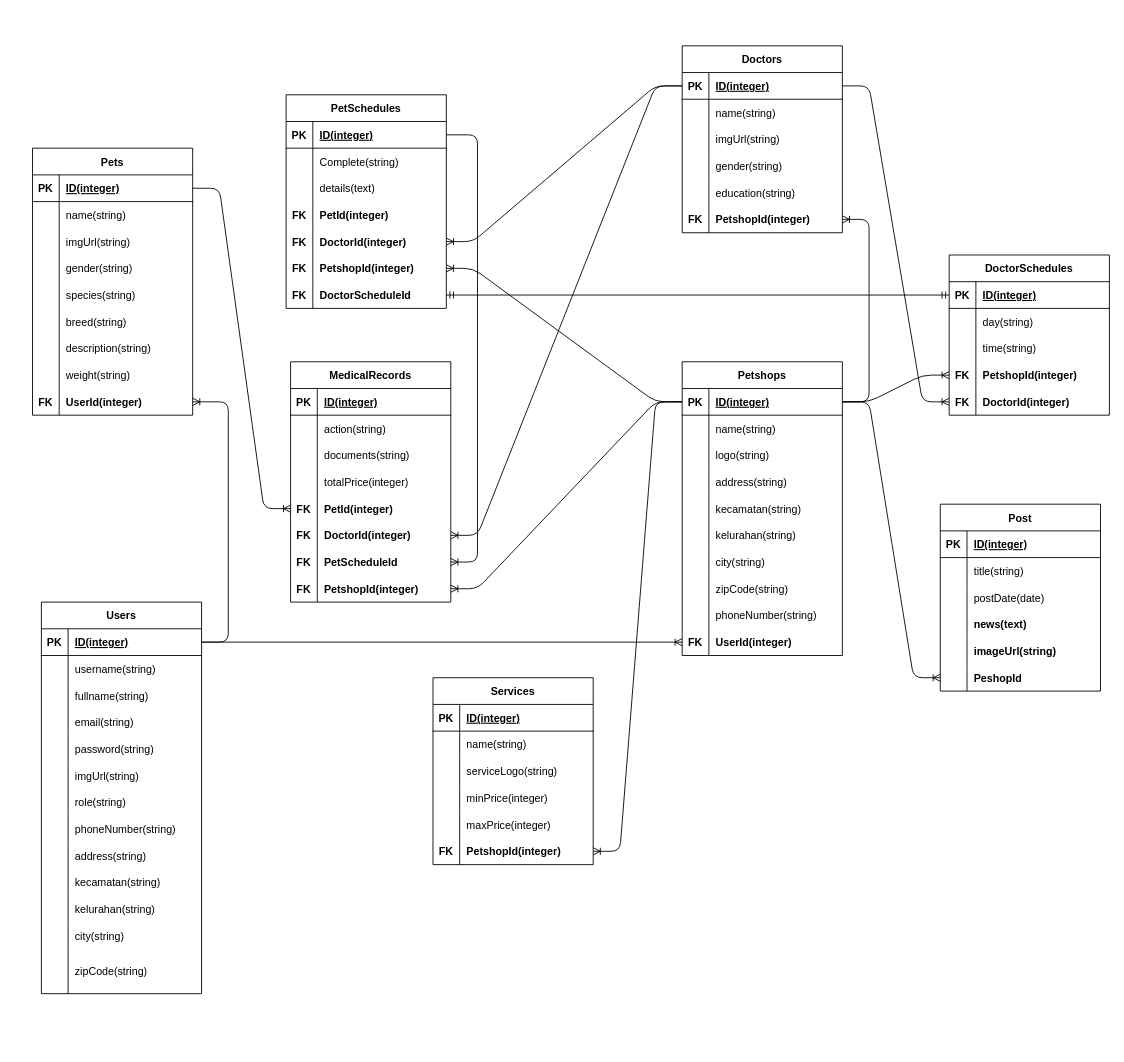
Before: petPlus.drawio in Pet-Plus-Hackiv8/fsjs-t1-final-server, a draw.io diagram. Source tidied: cells renumbered, new cells numbered last; positions are measured from the earlier drawing's top-left corner, leaving out a move shared by most shapes. Both pictures are drawn from the tidied source at 89%, with x=0, y=0 at pixel (32, 45).
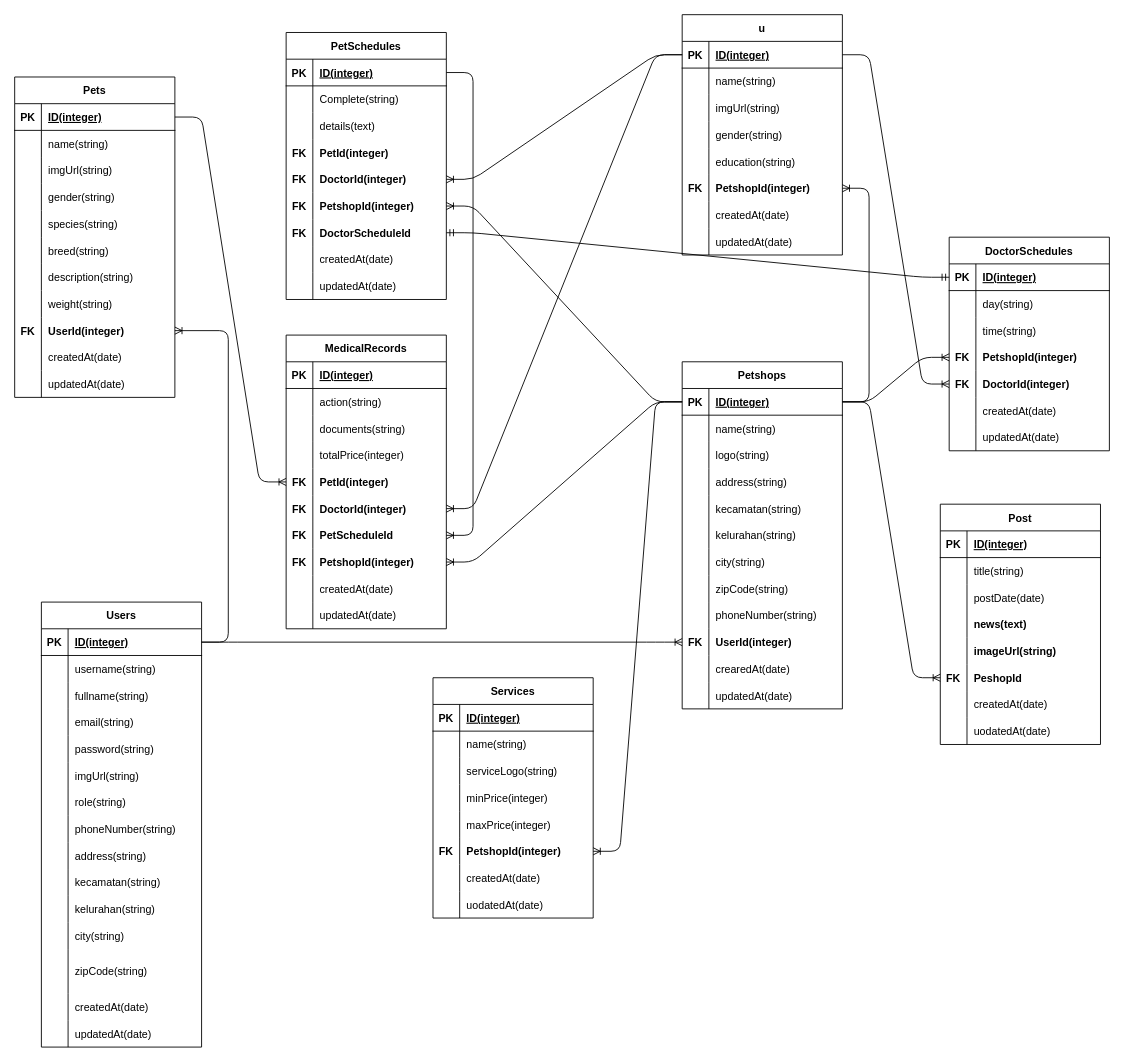
The same diagram, later.

Commit message:
feat: revisi erd

The change refers to these unchanged cells:
```xml
<mxCell id="231" style="shape=tableRow;horizontal=0;startSize=0;swimlaneHead=0;swimlaneBody=0;fillColor=none;points=[[0,0.5],[1,0.5]];portConstraint=eastwest;top=0;left=0;right=0;bottom=0;" parent="215" vertex="1">
  <mxGeometry y="180" width="180" height="30" as="geometry" />
</mxCell>
```

Diff of the diagram source:
```diff
@@
     <mxCell id="2" value="Users" style="shape=table;startSize=30;childLayout=tableLayout;rowLines=0;fontStyle=1;align=center;" parent="1" vertex="1">
-      <mxGeometry x="10" y="625" width="180" height="440" as="geometry" />
+      <mxGeometry x="10" y="625" width="180" height="500" as="geometry" />
     </mxCell>
@@
+    <mxCell id="235" style="shape=tableRow;horizontal=0;startSize=0;swimlaneHead=0;swimlaneBody=0;fillColor=none;top=0;left=0;right=0;bottom=0;" parent="2" vertex="1">
+      <mxGeometry y="440" width="180" height="30" as="geometry" />
+    </mxCell>
+    <mxCell id="236" style="shape=partialRectangle;fillColor=none;top=0;left=0;bottom=0;right=0;overflow=hidden;" parent="235" vertex="1">
+      <mxGeometry width="30" height="30" as="geometry" />
+    </mxCell>
+    <mxCell id="237" value="createdAt(date)" style="shape=partialRectangle;fillColor=none;top=0;left=0;bottom=0;right=0;align=left;spacingLeft=6;overflow=hidden;" parent="235" vertex="1">
+      <mxGeometry x="30" width="150" height="30" as="geometry" />
+    </mxCell>
+    <mxCell id="238" style="shape=tableRow;horizontal=0;startSize=0;swimlaneHead=0;swimlaneBody=0;fillColor=none;top=0;left=0;right=0;bottom=0;" parent="2" vertex="1">
+      <mxGeometry y="470" width="180" height="30" as="geometry" />
+    </mxCell>
+    <mxCell id="239" style="shape=partialRectangle;fillColor=none;top=0;left=0;bottom=0;right=0;overflow=hidden;" parent="238" vertex="1">
+      <mxGeometry width="30" height="30" as="geometry" />
+    </mxCell>
+    <mxCell id="240" value="updatedAt(date)" style="shape=partialRectangle;fillColor=none;top=0;left=0;bottom=0;right=0;align=left;spacingLeft=6;overflow=hidden;" parent="238" vertex="1">
+      <mxGeometry x="30" width="150" height="30" as="geometry" />
+    </mxCell>
     <mxCell id="42" value="Pets" style="shape=table;startSize=30;childLayout=tableLayout;rowLines=0;fontStyle=1;align=center;" parent="1" vertex="1">
-      <mxGeometry y="115" width="180" height="300" as="geometry" />
+      <mxGeometry x="-20" y="35" width="180" height="360" as="geometry" />
     </mxCell>
@@
+    <mxCell id="241" style="shape=tableRow;horizontal=0;startSize=0;swimlaneHead=0;swimlaneBody=0;fillColor=none;top=0;left=0;right=0;bottom=0;" parent="42" vertex="1">
+      <mxGeometry y="300" width="180" height="30" as="geometry" />
+    </mxCell>
+    <mxCell id="242" style="shape=partialRectangle;fillColor=none;top=0;left=0;bottom=0;right=0;overflow=hidden;" parent="241" vertex="1">
+      <mxGeometry width="30" height="30" as="geometry" />
+    </mxCell>
+    <mxCell id="243" value="createdAt(date)" style="shape=partialRectangle;fillColor=none;top=0;left=0;bottom=0;right=0;align=left;spacingLeft=6;overflow=hidden;" parent="241" vertex="1">
+      <mxGeometry x="30" width="150" height="30" as="geometry" />
+    </mxCell>
+    <mxCell id="244" style="shape=tableRow;horizontal=0;startSize=0;swimlaneHead=0;swimlaneBody=0;fillColor=none;top=0;left=0;right=0;bottom=0;" parent="42" vertex="1">
+      <mxGeometry y="330" width="180" height="30" as="geometry" />
+    </mxCell>
+    <mxCell id="245" style="shape=partialRectangle;fillColor=none;top=0;left=0;bottom=0;right=0;overflow=hidden;" parent="244" vertex="1">
+      <mxGeometry width="30" height="30" as="geometry" />
+    </mxCell>
+    <mxCell id="246" value="updatedAt(date)" style="shape=partialRectangle;fillColor=none;top=0;left=0;bottom=0;right=0;align=left;spacingLeft=6;overflow=hidden;" parent="244" vertex="1">
+      <mxGeometry x="30" width="150" height="30" as="geometry" />
+    </mxCell>
     <mxCell id="70" value="Petshops" style="shape=table;startSize=30;childLayout=tableLayout;rowLines=0;fontStyle=1;align=center;" parent="1" vertex="1">
-      <mxGeometry x="730" y="355" width="180" height="330" as="geometry" />
+      <mxGeometry x="730" y="355" width="180" height="390" as="geometry" />
     </mxCell>
@@
+    <mxCell id="247" style="shape=tableRow;horizontal=0;startSize=0;swimlaneHead=0;swimlaneBody=0;fillColor=none;top=0;left=0;right=0;bottom=0;" parent="70" vertex="1">
+      <mxGeometry y="330" width="180" height="30" as="geometry" />
+    </mxCell>
+    <mxCell id="248" style="shape=partialRectangle;fillColor=none;top=0;left=0;bottom=0;right=0;overflow=hidden;" parent="247" vertex="1">
+      <mxGeometry width="30" height="30" as="geometry" />
+    </mxCell>
+    <mxCell id="249" value="crearedAt(date)" style="shape=partialRectangle;fillColor=none;top=0;left=0;bottom=0;right=0;align=left;spacingLeft=6;overflow=hidden;" parent="247" vertex="1">
+      <mxGeometry x="30" width="150" height="30" as="geometry" />
+    </mxCell>
+    <mxCell id="250" style="shape=tableRow;horizontal=0;startSize=0;swimlaneHead=0;swimlaneBody=0;fillColor=none;top=0;left=0;right=0;bottom=0;" parent="70" vertex="1">
+      <mxGeometry y="360" width="180" height="30" as="geometry" />
+    </mxCell>
+    <mxCell id="251" style="shape=partialRectangle;fillColor=none;top=0;left=0;bottom=0;right=0;overflow=hidden;" parent="250" vertex="1">
+      <mxGeometry width="30" height="30" as="geometry" />
+    </mxCell>
+    <mxCell id="252" value="updatedAt(date)" style="shape=partialRectangle;fillColor=none;top=0;left=0;bottom=0;right=0;align=left;spacingLeft=6;overflow=hidden;" parent="250" vertex="1">
+      <mxGeometry x="30" width="150" height="30" as="geometry" />
+    </mxCell>
-    <mxCell id="101" value="Doctors" style="shape=table;startSize=30;childLayout=tableLayout;rowLines=0;fontStyle=1;align=center;" parent="1" vertex="1">
-      <mxGeometry x="730" width="180" height="210" as="geometry" />
+    <mxCell id="101" value="u" style="shape=table;startSize=30;childLayout=tableLayout;rowLines=0;fontStyle=1;align=center;" parent="1" vertex="1">
+      <mxGeometry x="730" y="-35" width="180" height="270" as="geometry" />
     </mxCell>
@@
+    <mxCell id="253" style="shape=tableRow;horizontal=0;startSize=0;swimlaneHead=0;swimlaneBody=0;fillColor=none;top=0;left=0;right=0;bottom=0;" parent="101" vertex="1">
+      <mxGeometry y="210" width="180" height="30" as="geometry" />
+    </mxCell>
+    <mxCell id="254" style="shape=partialRectangle;fillColor=none;top=0;left=0;bottom=0;right=0;overflow=hidden;" parent="253" vertex="1">
+      <mxGeometry width="30" height="30" as="geometry" />
+    </mxCell>
+    <mxCell id="255" value="createdAt(date)" style="shape=partialRectangle;fillColor=none;top=0;left=0;bottom=0;right=0;align=left;spacingLeft=6;overflow=hidden;" parent="253" vertex="1">
+      <mxGeometry x="30" width="150" height="30" as="geometry" />
+    </mxCell>
+    <mxCell id="256" style="shape=tableRow;horizontal=0;startSize=0;swimlaneHead=0;swimlaneBody=0;fillColor=none;top=0;left=0;right=0;bottom=0;" parent="101" vertex="1">
+      <mxGeometry y="240" width="180" height="30" as="geometry" />
+    </mxCell>
+    <mxCell id="257" style="shape=partialRectangle;fillColor=none;top=0;left=0;bottom=0;right=0;overflow=hidden;" parent="256" vertex="1">
+      <mxGeometry width="30" height="30" as="geometry" />
+    </mxCell>
+    <mxCell id="258" value="updatedAt(date)" style="shape=partialRectangle;fillColor=none;top=0;left=0;bottom=0;right=0;align=left;spacingLeft=6;overflow=hidden;" parent="256" vertex="1">
+      <mxGeometry x="30" width="150" height="30" as="geometry" />
+    </mxCell>
     <mxCell id="120" value="PetSchedules" style="shape=table;startSize=30;childLayout=tableLayout;rowLines=0;fontStyle=1;align=center;" parent="1" vertex="1">
-      <mxGeometry x="285" y="55" width="180" height="240" as="geometry" />
+      <mxGeometry x="285" y="-15" width="180" height="300" as="geometry" />
     </mxCell>
@@
+    <mxCell id="259" style="shape=tableRow;horizontal=0;startSize=0;swimlaneHead=0;swimlaneBody=0;fillColor=none;top=0;left=0;right=0;bottom=0;" parent="120" vertex="1">
+      <mxGeometry y="240" width="180" height="30" as="geometry" />
+    </mxCell>
+    <mxCell id="260" style="shape=partialRectangle;fillColor=none;top=0;left=0;bottom=0;right=0;overflow=hidden;" parent="259" vertex="1">
+      <mxGeometry width="30" height="30" as="geometry" />
+    </mxCell>
+    <mxCell id="261" value="createdAt(date)" style="shape=partialRectangle;fillColor=none;top=0;left=0;bottom=0;right=0;align=left;spacingLeft=6;overflow=hidden;" parent="259" vertex="1">
+      <mxGeometry x="30" width="150" height="30" as="geometry" />
+    </mxCell>
+    <mxCell id="262" style="shape=tableRow;horizontal=0;startSize=0;swimlaneHead=0;swimlaneBody=0;fillColor=none;top=0;left=0;right=0;bottom=0;" parent="120" vertex="1">
+      <mxGeometry y="270" width="180" height="30" as="geometry" />
+    </mxCell>
+    <mxCell id="263" style="shape=partialRectangle;fillColor=none;top=0;left=0;bottom=0;right=0;overflow=hidden;" parent="262" vertex="1">
+      <mxGeometry width="30" height="30" as="geometry" />
+    </mxCell>
+    <mxCell id="264" value="updatedAt(date)" style="shape=partialRectangle;fillColor=none;top=0;left=0;bottom=0;right=0;align=left;spacingLeft=6;overflow=hidden;" parent="262" vertex="1">
+      <mxGeometry x="30" width="150" height="30" as="geometry" />
+    </mxCell>
     <mxCell id="142" value="MedicalRecords" style="shape=table;startSize=30;childLayout=tableLayout;rowLines=0;fontStyle=1;align=center;" parent="1" vertex="1">
-      <mxGeometry x="290" y="355" width="180" height="270" as="geometry" />
+      <mxGeometry x="285" y="325" width="180" height="330" as="geometry" />
     </mxCell>
@@
+    <mxCell id="265" style="shape=tableRow;horizontal=0;startSize=0;swimlaneHead=0;swimlaneBody=0;fillColor=none;top=0;left=0;right=0;bottom=0;" parent="142" vertex="1">
+      <mxGeometry y="270" width="180" height="30" as="geometry" />
+    </mxCell>
+    <mxCell id="266" style="shape=partialRectangle;fillColor=none;top=0;left=0;bottom=0;right=0;overflow=hidden;" parent="265" vertex="1">
+      <mxGeometry width="30" height="30" as="geometry" />
+    </mxCell>
+    <mxCell id="267" value="createdAt(date)" style="shape=partialRectangle;fillColor=none;top=0;left=0;bottom=0;right=0;align=left;spacingLeft=6;overflow=hidden;" parent="265" vertex="1">
+      <mxGeometry x="30" width="150" height="30" as="geometry" />
+    </mxCell>
+    <mxCell id="268" style="shape=tableRow;horizontal=0;startSize=0;swimlaneHead=0;swimlaneBody=0;fillColor=none;top=0;left=0;right=0;bottom=0;" parent="142" vertex="1">
+      <mxGeometry y="300" width="180" height="30" as="geometry" />
+    </mxCell>
+    <mxCell id="269" style="shape=partialRectangle;fillColor=none;top=0;left=0;bottom=0;right=0;overflow=hidden;" parent="268" vertex="1">
+      <mxGeometry width="30" height="30" as="geometry" />
+    </mxCell>
+    <mxCell id="270" value="updatedAt(date)" style="shape=partialRectangle;fillColor=none;top=0;left=0;bottom=0;right=0;align=left;spacingLeft=6;overflow=hidden;" parent="268" vertex="1">
+      <mxGeometry x="30" width="150" height="30" as="geometry" />
+    </mxCell>
     <mxCell id="167" value="Services" style="shape=table;startSize=30;childLayout=tableLayout;rowLines=0;fontStyle=1;align=center;" parent="1" vertex="1">
-      <mxGeometry x="450" y="710" width="180" height="210" as="geometry" />
+      <mxGeometry x="450" y="710" width="180" height="270" as="geometry" />
     </mxCell>
@@
+    <mxCell id="271" style="shape=tableRow;horizontal=0;startSize=0;swimlaneHead=0;swimlaneBody=0;fillColor=none;top=0;left=0;right=0;bottom=0;" parent="167" vertex="1">
+      <mxGeometry y="210" width="180" height="30" as="geometry" />
+    </mxCell>
+    <mxCell id="272" style="shape=partialRectangle;fillColor=none;top=0;left=0;bottom=0;right=0;overflow=hidden;" parent="271" vertex="1">
+      <mxGeometry width="30" height="30" as="geometry" />
+    </mxCell>
+    <mxCell id="273" value="createdAt(date)" style="shape=partialRectangle;fillColor=none;top=0;left=0;bottom=0;right=0;align=left;spacingLeft=6;overflow=hidden;" parent="271" vertex="1">
+      <mxGeometry x="30" width="150" height="30" as="geometry" />
+    </mxCell>
+    <mxCell id="274" style="shape=tableRow;horizontal=0;startSize=0;swimlaneHead=0;swimlaneBody=0;fillColor=none;top=0;left=0;right=0;bottom=0;" parent="167" vertex="1">
+      <mxGeometry y="240" width="180" height="30" as="geometry" />
+    </mxCell>
+    <mxCell id="275" style="shape=partialRectangle;fillColor=none;top=0;left=0;bottom=0;right=0;overflow=hidden;" parent="274" vertex="1">
+      <mxGeometry width="30" height="30" as="geometry" />
+    </mxCell>
+    <mxCell id="276" value="uodatedAt(date)" style="shape=partialRectangle;fillColor=none;top=0;left=0;bottom=0;right=0;align=left;spacingLeft=6;overflow=hidden;" parent="274" vertex="1">
+      <mxGeometry x="30" width="150" height="30" as="geometry" />
+    </mxCell>
     <mxCell id="186" value="DoctorSchedules" style="shape=table;startSize=30;childLayout=tableLayout;rowLines=0;fontStyle=1;align=center;" parent="1" vertex="1">
-      <mxGeometry x="1030" y="235" width="180" height="180" as="geometry" />
+      <mxGeometry x="1030" y="215" width="180" height="240" as="geometry" />
     </mxCell>
@@
+    <mxCell id="277" style="shape=tableRow;horizontal=0;startSize=0;swimlaneHead=0;swimlaneBody=0;fillColor=none;top=0;left=0;right=0;bottom=0;" parent="186" vertex="1">
+      <mxGeometry y="180" width="180" height="30" as="geometry" />
+    </mxCell>
+    <mxCell id="278" style="shape=partialRectangle;fillColor=none;top=0;left=0;bottom=0;right=0;overflow=hidden;" parent="277" vertex="1">
+      <mxGeometry width="30" height="30" as="geometry" />
+    </mxCell>
+    <mxCell id="279" value="createdAt(date)" style="shape=partialRectangle;fillColor=none;top=0;left=0;bottom=0;right=0;align=left;spacingLeft=6;overflow=hidden;" parent="277" vertex="1">
+      <mxGeometry x="30" width="150" height="30" as="geometry" />
+    </mxCell>
+    <mxCell id="280" style="shape=tableRow;horizontal=0;startSize=0;swimlaneHead=0;swimlaneBody=0;fillColor=none;top=0;left=0;right=0;bottom=0;" parent="186" vertex="1">
+      <mxGeometry y="210" width="180" height="30" as="geometry" />
+    </mxCell>
+    <mxCell id="281" style="shape=partialRectangle;fillColor=none;top=0;left=0;bottom=0;right=0;overflow=hidden;" parent="280" vertex="1">
+      <mxGeometry width="30" height="30" as="geometry" />
+    </mxCell>
+    <mxCell id="282" value="updatedAt(date)" style="shape=partialRectangle;fillColor=none;top=0;left=0;bottom=0;right=0;align=left;spacingLeft=6;overflow=hidden;" parent="280" vertex="1">
+      <mxGeometry x="30" width="150" height="30" as="geometry" />
+    </mxCell>
@@
     <mxCell id="215" value="Post" style="shape=table;startSize=30;childLayout=tableLayout;rowLines=0;fontStyle=1;align=center;" parent="1" vertex="1">
-      <mxGeometry x="1020" y="515" width="180" height="210" as="geometry" />
+      <mxGeometry x="1020" y="515" width="180" height="270" as="geometry" />
     </mxCell>
@@
-    <mxCell id="232" style="shape=partialRectangle;fillColor=none;top=0;left=0;bottom=0;right=0;overflow=hidden;fontStyle=1;" parent="231" vertex="1">
+    <mxCell id="232" value="FK" style="shape=partialRectangle;fillColor=none;top=0;left=0;bottom=0;right=0;overflow=hidden;fontStyle=1;" parent="231" vertex="1">
       <mxGeometry width="30" height="30" as="geometry" />
     </mxCell>
@@
+    <mxCell id="283" style="shape=tableRow;horizontal=0;startSize=0;swimlaneHead=0;swimlaneBody=0;fillColor=none;top=0;left=0;right=0;bottom=0;" parent="215" vertex="1">
+      <mxGeometry y="210" width="180" height="30" as="geometry" />
+    </mxCell>
+    <mxCell id="284" style="shape=partialRectangle;fillColor=none;top=0;left=0;bottom=0;right=0;overflow=hidden;" parent="283" vertex="1">
+      <mxGeometry width="30" height="30" as="geometry" />
+    </mxCell>
+    <mxCell id="285" value="createdAt(date)" style="shape=partialRectangle;fillColor=none;top=0;left=0;bottom=0;right=0;align=left;spacingLeft=6;overflow=hidden;" parent="283" vertex="1">
+      <mxGeometry x="30" width="150" height="30" as="geometry" />
+    </mxCell>
+    <mxCell id="286" style="shape=tableRow;horizontal=0;startSize=0;swimlaneHead=0;swimlaneBody=0;fillColor=none;top=0;left=0;right=0;bottom=0;" parent="215" vertex="1">
+      <mxGeometry y="240" width="180" height="30" as="geometry" />
+    </mxCell>
+    <mxCell id="287" style="shape=partialRectangle;fillColor=none;top=0;left=0;bottom=0;right=0;overflow=hidden;" parent="286" vertex="1">
+      <mxGeometry width="30" height="30" as="geometry" />
+    </mxCell>
+    <mxCell id="288" value="uodatedAt(date)" style="shape=partialRectangle;fillColor=none;top=0;left=0;bottom=0;right=0;align=left;spacingLeft=6;overflow=hidden;" parent="286" vertex="1">
+      <mxGeometry x="30" width="150" height="30" as="geometry" />
+    </mxCell>
```
